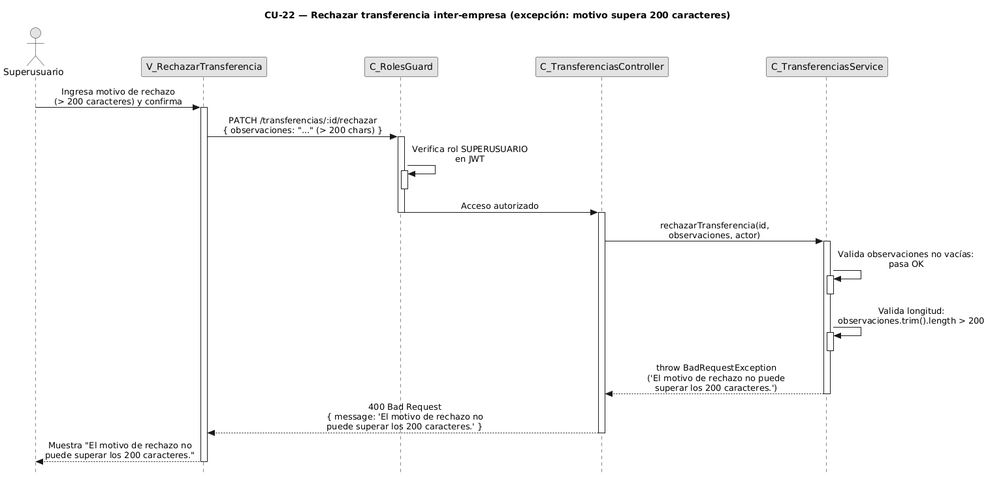
This is diagramas-secuencia/CU22/CU22-exc-motivo-largo.png from FSM-Finet-y-Cable-Magico/Team_1-Inventario-y-Bodega, a PlantUML export, as it was before one commit. Source of this version:
```plantuml
@startuml CU22-exc-motivo-largo
title CU-22 — Rechazar transferencia inter-empresa (excepción: motivo supera 200 caracteres)

skinparam style strictuml
skinparam monochrome true
skinparam shadowing false
skinparam sequenceMessageAlign center
skinparam ParticipantPadding 70
skinparam ActorPadding 30
skinparam sequence {
  MessageAlign center
  LifeLineBorderColor black
}
hide footbox

actor "Superusuario" as user
participant "V_RechazarTransferencia" as view
participant "C_RolesGuard" as guard
participant "C_TransferenciasController" as ctrl
participant "C_TransferenciasService" as svc

user -> view : Ingresa motivo de rechazo\n(> 200 caracteres) y confirma
activate view

view -> guard : PATCH /transferencias/:id/rechazar\n{ observaciones: "..." (> 200 chars) }
activate guard

guard -> guard : Verifica rol SUPERUSUARIO\nen JWT
activate guard
deactivate guard

guard -> ctrl : Acceso autorizado
deactivate guard

activate ctrl

ctrl -> svc : rechazarTransferencia(id,\nobservaciones, actor)
activate svc

svc -> svc : Valida observaciones no vacías:\npasa OK
activate svc
deactivate svc

svc -> svc : Valida longitud:\nobservaciones.trim().length > 200
activate svc
deactivate svc

svc --> ctrl : throw BadRequestException\n('El motivo de rechazo no puede\nsuperar los 200 caracteres.')
deactivate svc

ctrl --> view : 400 Bad Request\n{ message: 'El motivo de rechazo no\npuede superar los 200 caracteres.' }
deactivate ctrl

view --> user : Muestra "El motivo de rechazo no\npuede superar los 200 caracteres."
deactivate view

@enduml
```
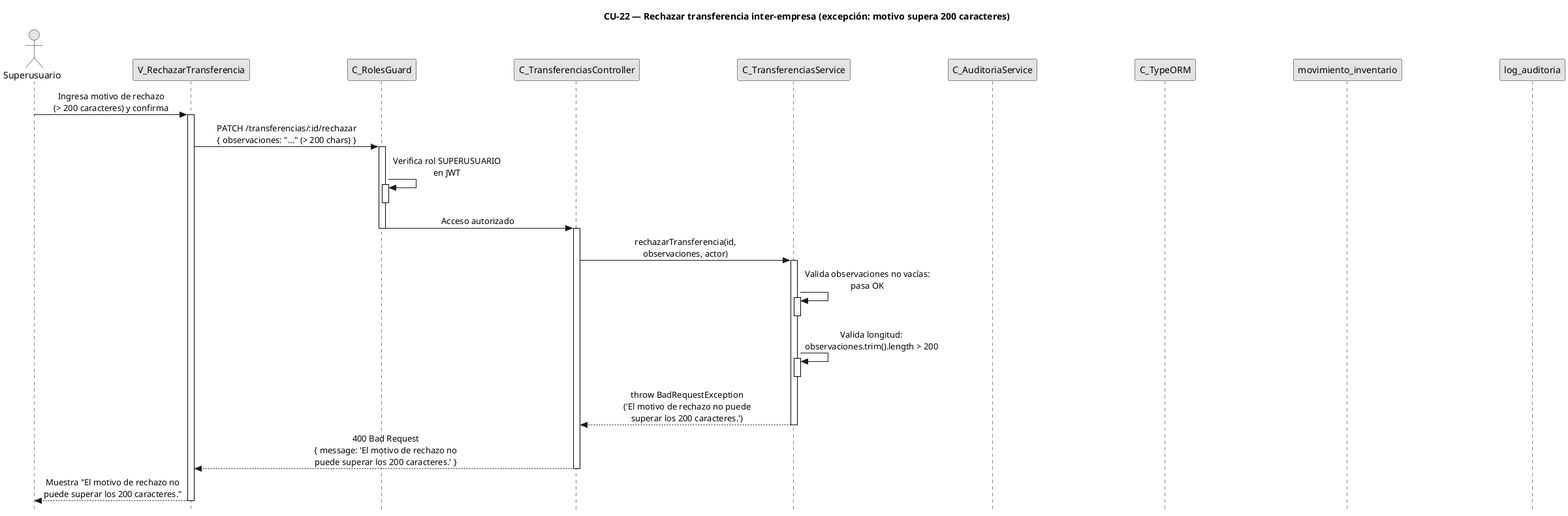
After the change.

What changed in the source:
```diff
@@ -18,6 +18,10 @@
 participant "C_RolesGuard" as guard
 participant "C_TransferenciasController" as ctrl
 participant "C_TransferenciasService" as svc
+participant "C_AuditoriaService" as aud
+participant "C_TypeORM" as orm
+participant "movimiento_inventario" as ment
+participant "log_auditoria" as aent
 
 user -> view : Ingresa motivo de rechazo\n(> 200 caracteres) y confirma
 activate view
```
